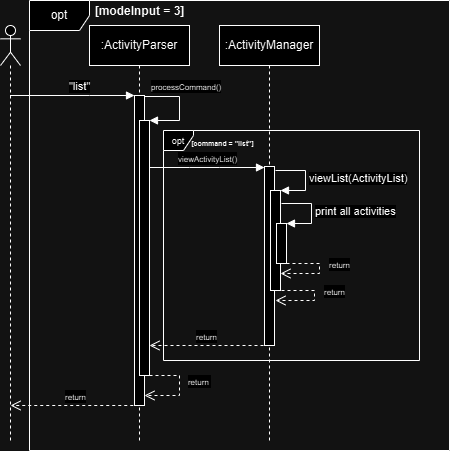
This is docs/Images(DG)/ViewActivity.drawio.png from parasytezz/tp, a draw.io export, as it was before one commit. Source tidied: cells renumbered, new cells last; positions are measured from the earlier drawing's top-left corner, leaving out a move shared by most shapes.
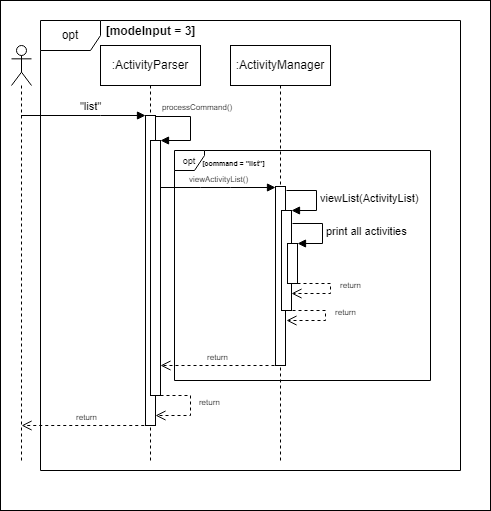
After the commit.

The edit, as a diff of the source:
```diff
@@ -2,6 +2,9 @@
   <root>
     <mxCell id="0" />
     <mxCell id="1" parent="0" />
+    <mxCell id="24" style="rounded=0;whiteSpace=wrap;html=1;" parent="1" vertex="1">
+      <mxGeometry x="-11" y="-20" width="490" height="510" as="geometry" />
+    </mxCell>
     <mxCell id="2" value=":ActivityParser" style="shape=umlLifeline;perimeter=lifelinePerimeter;whiteSpace=wrap;html=1;newEdgeStyle={&quot;curved&quot;:0,&quot;rounded&quot;:0};" parent="1" vertex="1">
       <mxGeometry x="89" y="25" width="100" height="415" as="geometry" />
     </mxCell>
```
